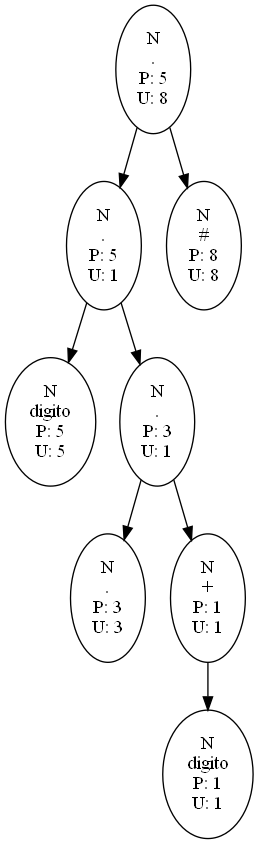
Above: Reportes_202003894/Arboles_202003894/ExpresionReg2.png in EstuardoSon/OCL1_202003894_P1 (Graphviz), before the change. Its source is kept beside it as Reportes_202003894/Arboles_202003894/ExpresionReg2.dot.
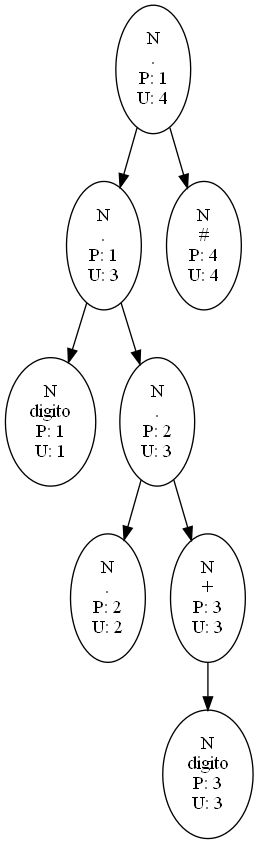
After the commit.

Change to the diagram source:
```diff
@@ -1,40 +1,40 @@
 digraph G{
-7->6
-6->5
-5[label="N
-digito
-P: 5
-U: 5"];
-6[label="N
-.
-P: 5
-U: 1"];
-6->4
-4->3
-3[label="N
-.
-P: 3
-U: 3"];
-4[label="N
-.
-P: 3
-U: 1"];
-4->2
-2->1
+N4->N1
+N1->1
 1[label="N
 digito
 P: 1
 U: 1"];
+N1[label="N
+.
+P: 1
+U: 3"];
+N1->N2
+N2->2
 2[label="N
+.
+P: 2
+U: 2"];
+N2[label="N
+.
+P: 2
+U: 3"];
+N2->N3
+N3->3
+3[label="N
+digito
+P: 3
+U: 3"];
+N3[label="N
 +
+P: 3
+U: 3"];
+N4[label="N
+.
 P: 1
-U: 1"];
-7[label="N
-.
-P: 5
-U: 8"];
-7->8
-8[label="N
-P: 8
-U: 8"];
+U: 4"];
+N4->4
+4[label="N
+P: 4
+U: 4"];
 }
```
